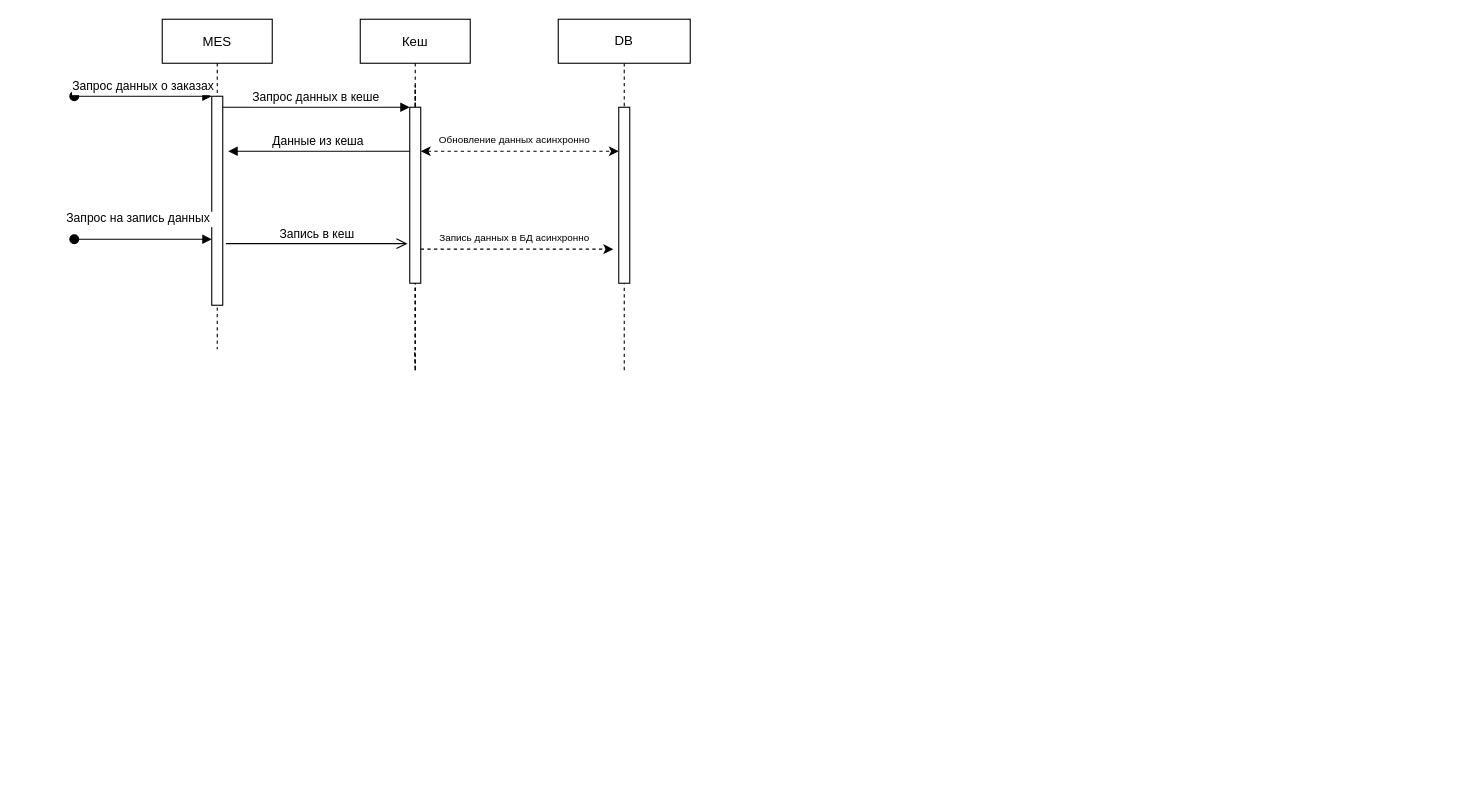
This is architecture-sprint-4-main/Exc5/jewerly_sequence_diagram.drawio from OksanaBazDev/Architecture, a draw.io file, before an edit. Source tidied: cells renumbered, new cells numbered last; positions are measured from the earlier drawing's top-left corner, leaving out a move shared by most shapes. Both pictures are drawn from the tidied source at 110%, with x=0, y=0 at pixel (74, 19).
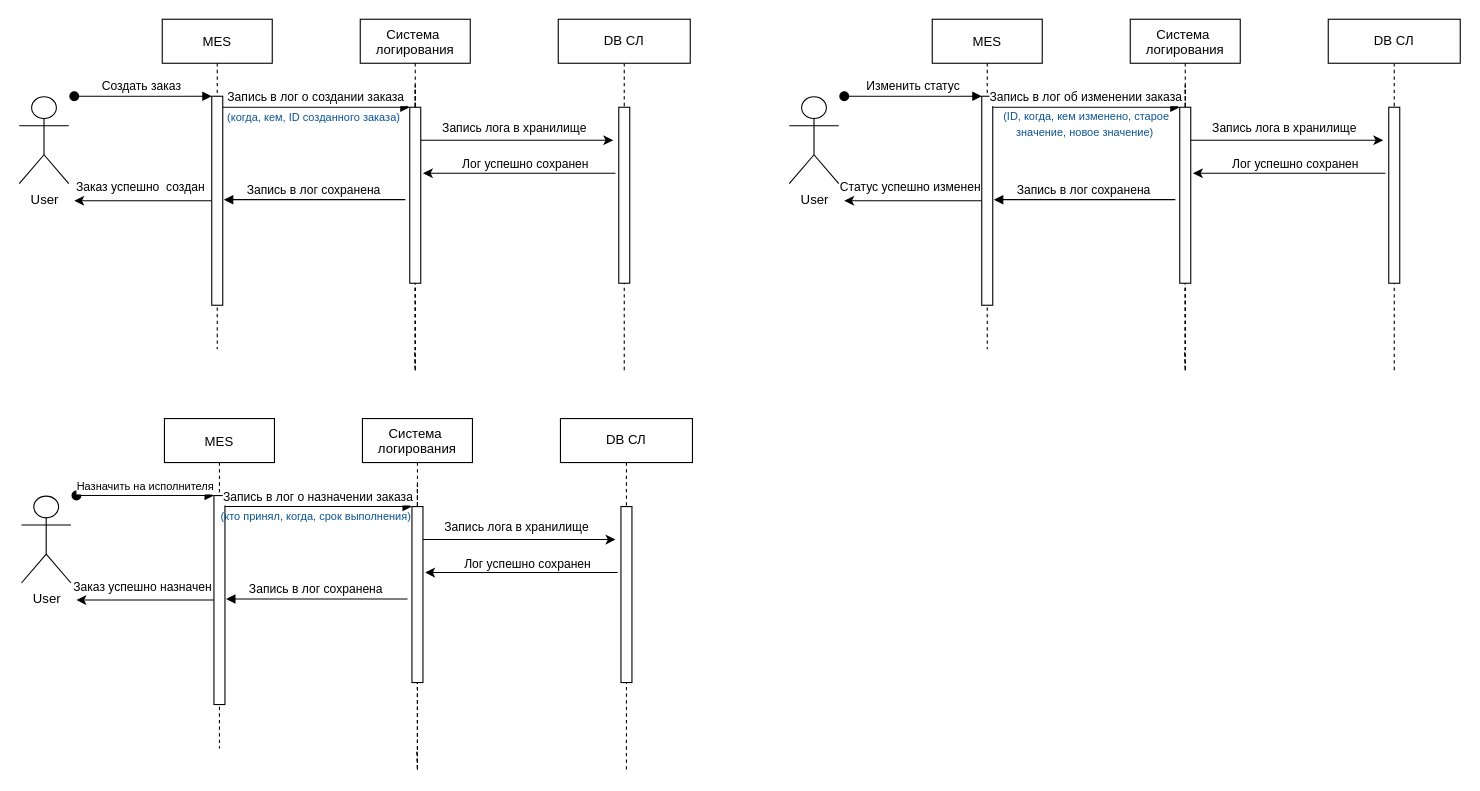
The same diagram, later.

The change refers to these unchanged cells:
```xml
<mxCell id="2" value="MES" style="shape=umlLifeline;perimeter=lifelinePerimeter;rounded=0;shadow=0;strokeWidth=1;" parent="1" vertex="1">
  <mxGeometry x="80" width="100" height="300" as="geometry" />
</mxCell>
<mxCell id="3" style="points=[];perimeter=orthogonalPerimeter;rounded=0;shadow=0;strokeWidth=1;" parent="2" vertex="1">
  <mxGeometry x="45" y="70" width="10" height="190" as="geometry" />
</mxCell>
<mxCell id="8" style="points=[];perimeter=orthogonalPerimeter;rounded=0;shadow=0;strokeWidth=1;" parent="5" vertex="1">
  <mxGeometry x="45" y="80" width="10" height="160" as="geometry" />
</mxCell>
<mxCell id="14" style="rounded=0;whiteSpace=wrap;html=1;" parent="1" vertex="1">
  <mxGeometry x="495" y="80" width="10" height="160" as="geometry" />
</mxCell>
```

What changed in the source:
```diff
@@
+    <mxCell id="20" style="edgeStyle=orthogonalEdgeStyle;rounded=0;jettySize=auto;html=1;" parent="2" edge="1" source="3">
+      <mxGeometry relative="1" as="geometry">
+        <mxPoint x="-80" y="165" as="targetPoint" />
+      </mxGeometry>
+    </mxCell>
@@
-    <mxCell id="4" value="Запрос данных о заказах" style="verticalAlign=bottom;startArrow=oval;endArrow=block;startSize=8;shadow=0;strokeWidth=1;" parent="2" edge="1" target="3">
+    <mxCell id="4" value="Создать заказ " style="verticalAlign=bottom;startArrow=oval;endArrow=block;startSize=8;shadow=0;strokeWidth=1;" parent="2" edge="1" target="3">
       <mxGeometry relative="1" as="geometry">
         <mxPoint x="-80" y="70" as="sourcePoint" />
       </mxGeometry>
     </mxCell>
-    <mxCell id="5" value="Кеш" style="shape=umlLifeline;perimeter=lifelinePerimeter;rounded=0;shadow=0;strokeWidth=1;" parent="1" vertex="1">
+    <mxCell id="5" value="Система &#10;логирования" style="shape=umlLifeline;perimeter=lifelinePerimeter;rounded=0;shadow=0;strokeWidth=1;" parent="1" vertex="1">
       <mxGeometry x="260" width="100" height="300" as="geometry" />
     </mxCell>
@@
-    <mxCell id="9" value="Запрос данных в кеше" style="verticalAlign=bottom;endArrow=block;entryX=0;entryY=0;shadow=0;strokeWidth=1;" parent="1" edge="1" source="3" target="8">
+    <mxCell id="9" value="Запись в лог о создании заказа" style="verticalAlign=bottom;endArrow=block;entryX=0;entryY=0;shadow=0;strokeWidth=1;" parent="1" edge="1" source="3" target="8">
       <mxGeometry relative="1" as="geometry" />
     </mxCell>
-    <mxCell id="10" value="Данные из кеша" style="verticalAlign=bottom;endArrow=block;entryX=1;entryY=0;shadow=0;strokeWidth=1;" parent="1" edge="1" source="8">
+    <mxCell id="10" value="Запись в лог сохранена" style="verticalAlign=bottom;endArrow=block;entryX=1;entryY=0;shadow=0;strokeWidth=1;" parent="1" edge="1">
       <mxGeometry relative="1" as="geometry">
-        <mxPoint x="140" y="120" as="targetPoint" />
+        <mxPoint x="301" y="164" as="sourcePoint" />
+        <mxPoint x="136" y="164" as="targetPoint" />
       </mxGeometry>
     </mxCell>
-    <mxCell id="11" value="Запись в кеш" style="verticalAlign=bottom;endArrow=open;endSize=8;exitX=1;exitY=0.95;shadow=0;strokeWidth=1;" parent="1" edge="1">
-      <mxGeometry relative="1" as="geometry">
-        <mxPoint x="138" y="204" as="sourcePoint" />
-        <mxPoint x="303" y="204" as="targetPoint" />
-      </mxGeometry>
-    </mxCell>
@@
-    <mxCell id="13" value="DB" style="rounded=0;whiteSpace=wrap;html=1;" parent="1" vertex="1">
+    <mxCell id="13" value="DB СЛ" style="rounded=0;whiteSpace=wrap;html=1;" parent="1" vertex="1">
       <mxGeometry x="440" width="120" height="40" as="geometry" />
     </mxCell>
+    <mxCell id="21" style="edgeStyle=orthogonalEdgeStyle;rounded=0;orthogonalLoop=1;jettySize=auto;html=1;" parent="1" edge="1">
+      <mxGeometry relative="1" as="geometry">
+        <mxPoint x="492" y="140" as="sourcePoint" />
+        <mxPoint x="317" y="140" as="targetPoint" />
+        <Array as="points">
+          <mxPoint x="457" y="140" />
+          <mxPoint x="457" y="140" />
+        </Array>
+      </mxGeometry>
+    </mxCell>
@@
-    <mxCell id="15" style="edgeStyle=orthogonalEdgeStyle;rounded=0;jettySize=auto;html=1;endArrow=classic;endFill=1;entryX=0;entryY=0.25;entryDx=0;entryDy=0;dashed=1;startArrow=classic;startFill=1;" parent="1" edge="1" source="8" target="14">
-      <mxGeometry relative="1" as="geometry">
-        <Array as="points">
-          <mxPoint x="420" y="120" />
-          <mxPoint x="420" y="120" />
-        </Array>
-      </mxGeometry>
-    </mxCell>
-    <mxCell id="16" value="Обновление данных асинхронно" style="text;html=1;align=center;verticalAlign=middle;strokeColor=none;fillColor=none;fontSize=9;" parent="1" vertex="1">
-      <mxGeometry x="320" y="100" width="160" height="20" as="geometry" />
+    <mxCell id="16" value="&lt;font style=&quot;font-size: 11px;&quot;&gt;Запись лога в хранилище&lt;/font&gt;" style="text;html=1;align=center;verticalAlign=middle;strokeColor=none;fillColor=none;fontSize=9;" parent="1" vertex="1">
+      <mxGeometry x="325" y="84" width="150" height="30" as="geometry" />
     </mxCell>
-    <mxCell id="17" value="Запрос на запись данных " style="verticalAlign=bottom;startArrow=oval;endArrow=block;startSize=8;shadow=0;strokeWidth=1;" parent="1" edge="1">
-      <mxGeometry x="-0.04" y="10" relative="1" as="geometry">
-        <mxPoint y="200" as="sourcePoint" />
-        <mxPoint x="125" y="200" as="targetPoint" />
-      </mxGeometry>
-    </mxCell>
-    <mxCell id="18" style="edgeStyle=orthogonalEdgeStyle;rounded=0;orthogonalLoop=1;jettySize=auto;html=1;fontSize=9;startArrow=none;startFill=0;endArrow=classic;endFill=1;dashed=1;" parent="1" edge="1">
-      <mxGeometry relative="1" as="geometry">
-        <mxPoint x="315" y="209" as="sourcePoint" />
-        <mxPoint x="490" y="209" as="targetPoint" />
-      </mxGeometry>
-    </mxCell>
-    <mxCell id="19" value="Запись данных в БД асинхронно" style="text;html=1;align=center;verticalAlign=middle;strokeColor=none;fillColor=none;fontSize=9;" parent="1" vertex="1">
-      <mxGeometry x="320" y="189" width="160" height="20" as="geometry" />
-    </mxCell>
+    <mxCell id="22" value="User" style="shape=umlActor;verticalLabelPosition=bottom;verticalAlign=top;html=1;" parent="1" vertex="1">
+      <mxGeometry x="-50" y="70.5" width="45" height="79" as="geometry" />
+    </mxCell>
+    <mxCell id="23" style="edgeStyle=orthogonalEdgeStyle;rounded=0;orthogonalLoop=1;jettySize=auto;html=1;" parent="1" edge="1">
+      <mxGeometry relative="1" as="geometry">
+        <mxPoint x="315" y="110" as="sourcePoint" />
+        <mxPoint x="490" y="110" as="targetPoint" />
+      </mxGeometry>
+    </mxCell>
+    <mxCell id="24" value="&lt;font style=&quot;font-size: 11px;&quot;&gt;Лог успешно сохранен&lt;/font&gt;" style="text;html=1;align=center;verticalAlign=middle;strokeColor=none;fillColor=none;" parent="1" vertex="1">
+      <mxGeometry x="340" y="117" width="140" height="30" as="geometry" />
+    </mxCell>
+    <mxCell id="25" value="&lt;font style=&quot;font-size: 11px;&quot;&gt;Заказ успешно&amp;nbsp; создан&lt;/font&gt;" style="text;html=1;align=center;verticalAlign=middle;strokeColor=none;fillColor=none;" parent="1" vertex="1">
+      <mxGeometry x="-10" y="138" width="140" height="30" as="geometry" />
+    </mxCell>
+    <mxCell id="26" value="&lt;span id=&quot;docs-internal-guid-a151a4ba-7fff-0858-fac9-901be6b22346&quot;&gt;&lt;span style=&quot;font-family: Calibri, sans-serif; color: rgb(11, 83, 148); background-color: transparent; font-variant-numeric: normal; font-variant-east-asian: normal; font-variant-alternates: normal; font-variant-position: normal; vertical-align: baseline; white-space-collapse: preserve;&quot;&gt;&lt;font style=&quot;font-size: 10px;&quot;&gt;(когда, кем, ID созданного заказа)&lt;/font&gt;&lt;/span&gt;&lt;/span&gt;" style="text;html=1;align=center;verticalAlign=middle;whiteSpace=wrap;rounded=0;" parent="1" vertex="1">
+      <mxGeometry x="118" y="79" width="200" height="20" as="geometry" />
+    </mxCell>
+    <mxCell id="27" value="MES" style="shape=umlLifeline;perimeter=lifelinePerimeter;rounded=0;shadow=0;strokeWidth=1;" parent="1" vertex="1">
+      <mxGeometry x="82" y="363" width="100" height="300" as="geometry" />
+    </mxCell>
+    <mxCell id="28" style="edgeStyle=orthogonalEdgeStyle;rounded=0;jettySize=auto;html=1;" parent="27" edge="1" source="29">
+      <mxGeometry relative="1" as="geometry">
+        <mxPoint x="-80" y="165" as="targetPoint" />
+      </mxGeometry>
+    </mxCell>
+    <mxCell id="29" style="points=[];perimeter=orthogonalPerimeter;rounded=0;shadow=0;strokeWidth=1;" parent="27" vertex="1">
+      <mxGeometry x="45" y="70" width="10" height="190" as="geometry" />
+    </mxCell>
+    <mxCell id="30" value="Назначить на исполнителя" style="verticalAlign=bottom;startArrow=oval;endArrow=block;startSize=8;shadow=0;strokeWidth=1;fontSize=10;" parent="27" edge="1" target="29">
+      <mxGeometry x="0.01" relative="1" as="geometry">
+        <mxPoint x="-80" y="70" as="sourcePoint" />
+      </mxGeometry>
+    </mxCell>
+    <mxCell id="31" value="Система &#10;логирования" style="shape=umlLifeline;perimeter=lifelinePerimeter;rounded=0;shadow=0;strokeWidth=1;" parent="1" vertex="1">
+      <mxGeometry x="262" y="363" width="100" height="300" as="geometry" />
+    </mxCell>
+    <mxCell id="32" style="edgeStyle=orthogonalEdgeStyle;rounded=0;jettySize=auto;html=1;dashed=1;endArrow=none;endFill=0;" parent="31" edge="1" source="34" target="31">
+      <mxGeometry relative="1" as="geometry" />
+    </mxCell>
+    <mxCell id="33" style="edgeStyle=orthogonalEdgeStyle;rounded=0;jettySize=auto;html=1;fontSize=9;startArrow=none;startFill=0;endArrow=none;endFill=0;dashed=1;" parent="31" edge="1" source="34" target="31">
+      <mxGeometry relative="1" as="geometry" />
+    </mxCell>
+    <mxCell id="34" style="points=[];perimeter=orthogonalPerimeter;rounded=0;shadow=0;strokeWidth=1;" parent="31" vertex="1">
+      <mxGeometry x="45" y="80" width="10" height="160" as="geometry" />
+    </mxCell>
+    <mxCell id="35" value="Запись в лог о назначении заказа" style="verticalAlign=bottom;endArrow=block;entryX=0;entryY=0;shadow=0;strokeWidth=1;" parent="1" edge="1" source="29" target="34">
+      <mxGeometry relative="1" as="geometry" />
+    </mxCell>
+    <mxCell id="36" value="Запись в лог сохранена" style="verticalAlign=bottom;endArrow=block;entryX=1;entryY=0;shadow=0;strokeWidth=1;" parent="1" edge="1">
+      <mxGeometry relative="1" as="geometry">
+        <mxPoint x="303" y="527" as="sourcePoint" />
+        <mxPoint x="138" y="527" as="targetPoint" />
+      </mxGeometry>
+    </mxCell>
+    <mxCell id="37" style="edgeStyle=orthogonalEdgeStyle;rounded=0;jettySize=auto;html=1;exitX=0.5;exitY=1;exitDx=0;exitDy=0;dashed=1;endArrow=none;endFill=0;" parent="1" edge="1" source="38">
+      <mxGeometry relative="1" as="geometry">
+        <mxPoint x="502" y="683" as="targetPoint" />
+      </mxGeometry>
+    </mxCell>
+    <mxCell id="38" value="DB СЛ" style="rounded=0;whiteSpace=wrap;html=1;" parent="1" vertex="1">
+      <mxGeometry x="442" y="363" width="120" height="40" as="geometry" />
+    </mxCell>
+    <mxCell id="39" style="edgeStyle=orthogonalEdgeStyle;rounded=0;orthogonalLoop=1;jettySize=auto;html=1;" parent="1" edge="1">
+      <mxGeometry relative="1" as="geometry">
+        <mxPoint x="494" y="503" as="sourcePoint" />
+        <mxPoint x="319" y="503" as="targetPoint" />
+        <Array as="points">
+          <mxPoint x="459" y="503" />
+          <mxPoint x="459" y="503" />
+        </Array>
+      </mxGeometry>
+    </mxCell>
+    <mxCell id="40" style="rounded=0;whiteSpace=wrap;html=1;" parent="1" vertex="1">
+      <mxGeometry x="497" y="443" width="10" height="160" as="geometry" />
+    </mxCell>
+    <mxCell id="41" value="&lt;font style=&quot;font-size: 11px;&quot;&gt;Запись лога в хранилище&lt;/font&gt;" style="text;html=1;align=center;verticalAlign=middle;strokeColor=none;fillColor=none;fontSize=9;" parent="1" vertex="1">
+      <mxGeometry x="327" y="447" width="150" height="30" as="geometry" />
+    </mxCell>
+    <mxCell id="42" value="User" style="shape=umlActor;verticalLabelPosition=bottom;verticalAlign=top;html=1;" parent="1" vertex="1">
+      <mxGeometry x="-48" y="433.5" width="45" height="79" as="geometry" />
+    </mxCell>
+    <mxCell id="43" style="edgeStyle=orthogonalEdgeStyle;rounded=0;orthogonalLoop=1;jettySize=auto;html=1;" parent="1" edge="1">
+      <mxGeometry relative="1" as="geometry">
+        <mxPoint x="317" y="473" as="sourcePoint" />
+        <mxPoint x="492" y="473" as="targetPoint" />
+      </mxGeometry>
+    </mxCell>
+    <mxCell id="44" value="&lt;font style=&quot;font-size: 11px;&quot;&gt;Лог успешно сохранен&lt;/font&gt;" style="text;html=1;align=center;verticalAlign=middle;strokeColor=none;fillColor=none;" parent="1" vertex="1">
+      <mxGeometry x="342" y="480" width="140" height="30" as="geometry" />
+    </mxCell>
+    <mxCell id="45" value="&lt;font style=&quot;font-size: 11px;&quot;&gt;Заказ успешно&amp;nbsp;назначен&lt;/font&gt;" style="text;html=1;align=center;verticalAlign=middle;strokeColor=none;fillColor=none;" parent="1" vertex="1">
+      <mxGeometry x="-13" y="501" width="150" height="30" as="geometry" />
+    </mxCell>
+    <mxCell id="46" value="&lt;span id=&quot;docs-internal-guid-6666c0a3-7fff-c475-4fc2-7a69cf90dc3f&quot;&gt;&lt;span style=&quot;font-family: Calibri, sans-serif; color: rgb(11, 83, 148); background-color: transparent; font-variant-numeric: normal; font-variant-east-asian: normal; font-variant-alternates: normal; font-variant-position: normal; vertical-align: baseline; white-space-collapse: preserve;&quot;&gt;&lt;font style=&quot;font-size: 10px;&quot;&gt;(кто принял, когда, срок выполнения)&lt;/font&gt;&lt;/span&gt;&lt;/span&gt;" style="text;html=1;align=center;verticalAlign=middle;whiteSpace=wrap;rounded=0;" parent="1" vertex="1">
+      <mxGeometry x="120" y="442" width="200" height="20" as="geometry" />
+    </mxCell>
+    <mxCell id="47" value="MES" style="shape=umlLifeline;perimeter=lifelinePerimeter;rounded=0;shadow=0;strokeWidth=1;" parent="1" vertex="1">
+      <mxGeometry x="780" width="100" height="300" as="geometry" />
+    </mxCell>
+    <mxCell id="48" style="edgeStyle=orthogonalEdgeStyle;rounded=0;jettySize=auto;html=1;" parent="47" edge="1" source="49">
+      <mxGeometry relative="1" as="geometry">
+        <mxPoint x="-80" y="165" as="targetPoint" />
+      </mxGeometry>
+    </mxCell>
+    <mxCell id="49" style="points=[];perimeter=orthogonalPerimeter;rounded=0;shadow=0;strokeWidth=1;" parent="47" vertex="1">
+      <mxGeometry x="45" y="70" width="10" height="190" as="geometry" />
+    </mxCell>
+    <mxCell id="50" value="Изменить статус" style="verticalAlign=bottom;startArrow=oval;endArrow=block;startSize=8;shadow=0;strokeWidth=1;" parent="47" edge="1" target="49">
+      <mxGeometry relative="1" as="geometry">
+        <mxPoint x="-80" y="70" as="sourcePoint" />
+      </mxGeometry>
+    </mxCell>
+    <mxCell id="51" value="Система &#10;логирования" style="shape=umlLifeline;perimeter=lifelinePerimeter;rounded=0;shadow=0;strokeWidth=1;" parent="1" vertex="1">
+      <mxGeometry x="960" width="100" height="300" as="geometry" />
+    </mxCell>
+    <mxCell id="52" style="edgeStyle=orthogonalEdgeStyle;rounded=0;jettySize=auto;html=1;dashed=1;endArrow=none;endFill=0;" parent="51" edge="1" source="54" target="51">
+      <mxGeometry relative="1" as="geometry" />
+    </mxCell>
+    <mxCell id="53" style="edgeStyle=orthogonalEdgeStyle;rounded=0;jettySize=auto;html=1;fontSize=9;startArrow=none;startFill=0;endArrow=none;endFill=0;dashed=1;" parent="51" edge="1" source="54" target="51">
+      <mxGeometry relative="1" as="geometry" />
+    </mxCell>
+    <mxCell id="54" style="points=[];perimeter=orthogonalPerimeter;rounded=0;shadow=0;strokeWidth=1;" parent="51" vertex="1">
+      <mxGeometry x="45" y="80" width="10" height="160" as="geometry" />
+    </mxCell>
+    <mxCell id="55" value="Запись в лог об изменении заказа" style="verticalAlign=bottom;endArrow=block;entryX=0;entryY=0;shadow=0;strokeWidth=1;" parent="1" edge="1" source="49" target="54">
+      <mxGeometry relative="1" as="geometry" />
+    </mxCell>
+    <mxCell id="56" value="Запись в лог сохранена" style="verticalAlign=bottom;endArrow=block;entryX=1;entryY=0;shadow=0;strokeWidth=1;" parent="1" edge="1">
+      <mxGeometry relative="1" as="geometry">
+        <mxPoint x="1001" y="164" as="sourcePoint" />
+        <mxPoint x="836" y="164" as="targetPoint" />
+      </mxGeometry>
+    </mxCell>
+    <mxCell id="57" style="edgeStyle=orthogonalEdgeStyle;rounded=0;jettySize=auto;html=1;exitX=0.5;exitY=1;exitDx=0;exitDy=0;dashed=1;endArrow=none;endFill=0;" parent="1" edge="1" source="58">
+      <mxGeometry relative="1" as="geometry">
+        <mxPoint x="1200" y="320" as="targetPoint" />
+      </mxGeometry>
+    </mxCell>
+    <mxCell id="58" value="DB СЛ" style="rounded=0;whiteSpace=wrap;html=1;" parent="1" vertex="1">
+      <mxGeometry x="1140" width="120" height="40" as="geometry" />
+    </mxCell>
+    <mxCell id="59" style="edgeStyle=orthogonalEdgeStyle;rounded=0;orthogonalLoop=1;jettySize=auto;html=1;" parent="1" edge="1">
+      <mxGeometry relative="1" as="geometry">
+        <mxPoint x="1192" y="140" as="sourcePoint" />
+        <mxPoint x="1017" y="140" as="targetPoint" />
+        <Array as="points">
+          <mxPoint x="1157" y="140" />
+          <mxPoint x="1157" y="140" />
+        </Array>
+      </mxGeometry>
+    </mxCell>
+    <mxCell id="60" style="rounded=0;whiteSpace=wrap;html=1;" parent="1" vertex="1">
+      <mxGeometry x="1195" y="80" width="10" height="160" as="geometry" />
+    </mxCell>
+    <mxCell id="61" value="&lt;font style=&quot;font-size: 11px;&quot;&gt;Запись лога в хранилище&lt;/font&gt;" style="text;html=1;align=center;verticalAlign=middle;strokeColor=none;fillColor=none;fontSize=9;" parent="1" vertex="1">
+      <mxGeometry x="1025" y="84" width="150" height="30" as="geometry" />
+    </mxCell>
+    <mxCell id="62" value="User" style="shape=umlActor;verticalLabelPosition=bottom;verticalAlign=top;html=1;" parent="1" vertex="1">
+      <mxGeometry x="650" y="70.5" width="45" height="79" as="geometry" />
+    </mxCell>
+    <mxCell id="63" style="edgeStyle=orthogonalEdgeStyle;rounded=0;orthogonalLoop=1;jettySize=auto;html=1;" parent="1" edge="1">
+      <mxGeometry relative="1" as="geometry">
+        <mxPoint x="1015" y="110" as="sourcePoint" />
+        <mxPoint x="1190" y="110" as="targetPoint" />
+      </mxGeometry>
+    </mxCell>
+    <mxCell id="64" value="&lt;font style=&quot;font-size: 11px;&quot;&gt;Лог успешно сохранен&lt;/font&gt;" style="text;html=1;align=center;verticalAlign=middle;strokeColor=none;fillColor=none;" parent="1" vertex="1">
+      <mxGeometry x="1040" y="117" width="140" height="30" as="geometry" />
+    </mxCell>
+    <mxCell id="65" value="&lt;font style=&quot;font-size: 11px;&quot;&gt;Статус успешно изменен&lt;/font&gt;" style="text;html=1;align=center;verticalAlign=middle;strokeColor=none;fillColor=none;" parent="1" vertex="1">
+      <mxGeometry x="685" y="138" width="150" height="30" as="geometry" />
+    </mxCell>
+    <mxCell id="66" value="&lt;span id=&quot;docs-internal-guid-be9f34b3-7fff-cbaa-cdae-507fe44df5f4&quot;&gt;&lt;span style=&quot;font-family: Calibri, sans-serif; color: rgb(11, 83, 148); background-color: transparent; font-variant-numeric: normal; font-variant-east-asian: normal; font-variant-alternates: normal; font-variant-position: normal; vertical-align: baseline; white-space-collapse: preserve;&quot;&gt;&lt;font style=&quot;font-size: 10px;&quot;&gt;&amp;nbsp;(ID, когда, кем изменено, старое значение, новое значение)&lt;/font&gt;&lt;/span&gt;&lt;/span&gt;" style="text;html=1;align=center;verticalAlign=middle;whiteSpace=wrap;rounded=0;" parent="1" vertex="1">
+      <mxGeometry x="828" y="79" width="182" height="31" as="geometry" />
+    </mxCell>
```
